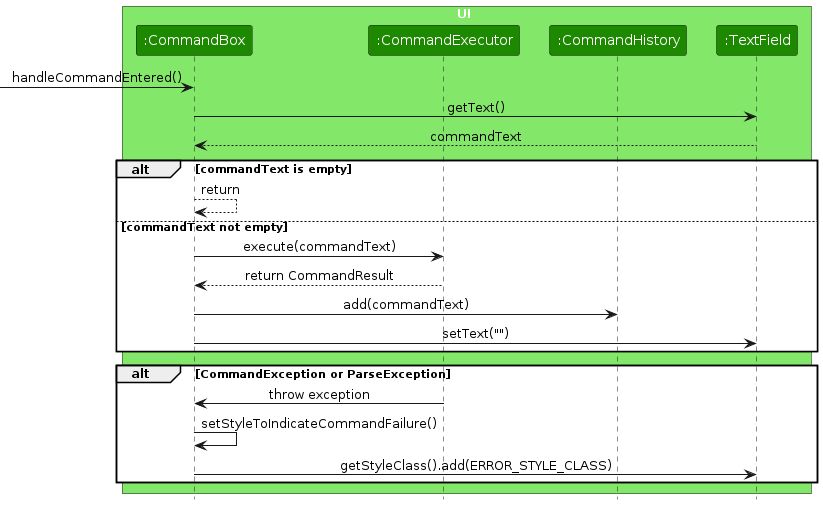
Earlier version of the PlantUML export diagrams/CommandBoxSequenceDiagram.png (AY2425S1-CS2103T-F09-4/tp). Its source is kept beside it as diagrams/CommandBoxSequenceDiagram.puml. The source it was exported from:
```plantuml
@startuml
!include style.puml
skinparam ArrowFontStyle plain

box UI UI_COLOR_T1
participant ":CommandBox" as CommandBox UI_COLOR
participant ":CommandExecutor" as CommandExecutor UI_COLOR
participant ":CommandHistory" as CommandHistory UI_COLOR
participant ":TextField" as TextField UI_COLOR
end box


[-> CommandBox: handleCommandEntered()
CommandBox -> TextField: getText()
TextField --> CommandBox: commandText

alt commandText is empty
    CommandBox --> CommandBox: return
else commandText not empty
    CommandBox -> CommandExecutor: execute(commandText)
    CommandExecutor --> CommandBox: return CommandResult
    CommandBox -> CommandHistory: add(commandText)
    CommandBox -> TextField: setText("")
end

alt CommandException or ParseException
    CommandExecutor -> CommandBox: throw exception
    CommandBox -> CommandBox: setStyleToIndicateCommandFailure()
    CommandBox -> TextField: getStyleClass().add(ERROR_STYLE_CLASS)
end
@enduml
```
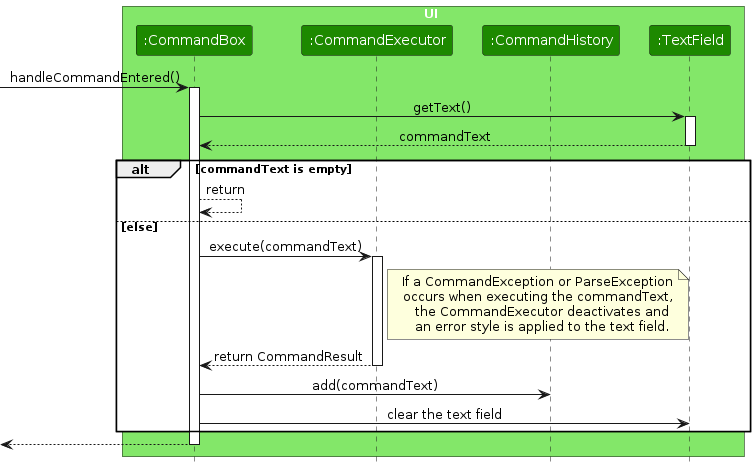
After the change.

The edit, as a diff of the source:
```diff
@@ -11,21 +11,29 @@
 
 
 [-> CommandBox: handleCommandEntered()
+activate CommandBox
 CommandBox -> TextField: getText()
+activate TextField
 TextField --> CommandBox: commandText
+deactivate TextField
 
 alt commandText is empty
     CommandBox --> CommandBox: return
-else commandText not empty
+else else
     CommandBox -> CommandExecutor: execute(commandText)
+
+    activate CommandExecutor
+    note right of CommandExecutor
+              If a CommandException or ParseException
+              occurs when executing the commandText,
+                the CommandExecutor deactivates and
+                an error style is applied to the text field.
+    end note
     CommandExecutor --> CommandBox: return CommandResult
+    deactivate CommandExecutor
     CommandBox -> CommandHistory: add(commandText)
-    CommandBox -> TextField: setText("")
+    CommandBox -> TextField: clear the text field
 end
-
-alt CommandException or ParseException
-    CommandExecutor -> CommandBox: throw exception
-    CommandBox -> CommandBox: setStyleToIndicateCommandFailure()
-    CommandBox -> TextField: getStyleClass().add(ERROR_STYLE_CLASS)
-end
+[<--CommandBox
+deactivate CommandBox
 @enduml
```
